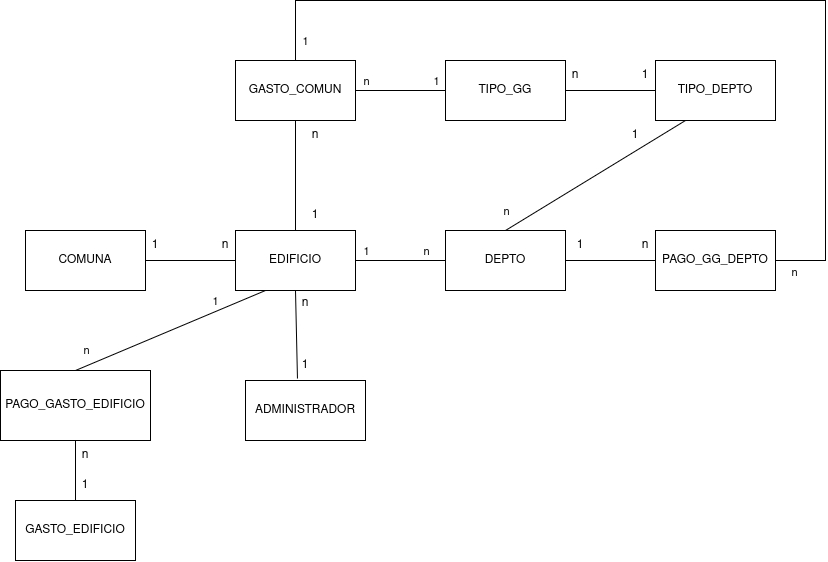
Earlier version of the draw.io export control1_modelo_ER.png (Joaquin-Pino/control1_BDA). Source tidied: cells renumbered, new cells last; positions are measured from the earlier drawing's top-left corner, leaving out a move shared by most shapes.
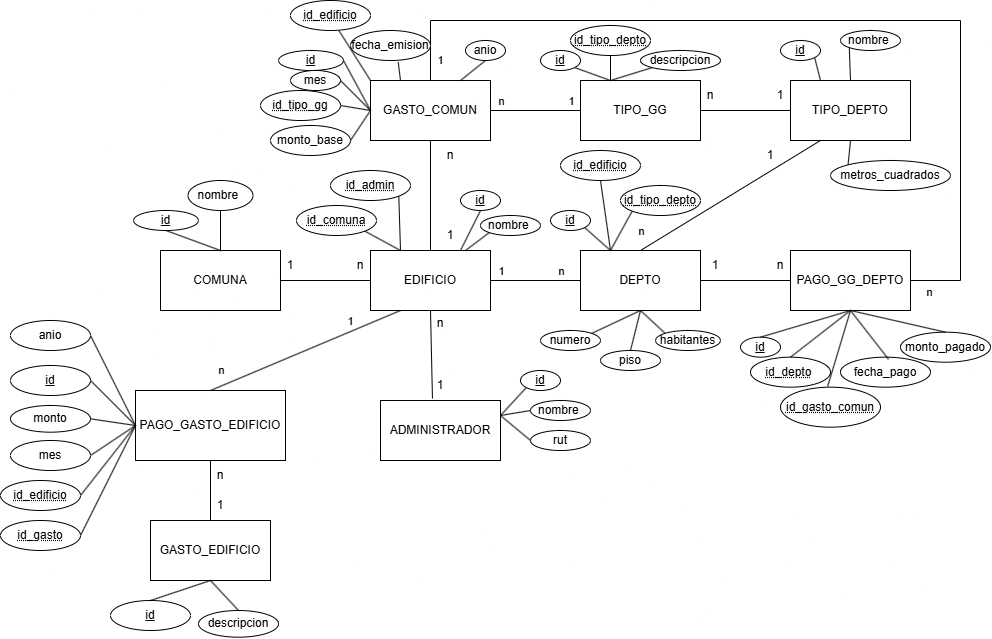
Later version of the same file.

Commit message:
modelo ER actualizado con los atributos

Change to the diagram source:
```diff
@@ -27,6 +27,15 @@
     <mxCell id="8" value="&lt;div&gt;PAGO_GASTO_EDIFICIO&lt;/div&gt;" style="rounded=0;whiteSpace=wrap;html=1;" parent="1" vertex="1">
       <mxGeometry y="370" width="150" height="70" as="geometry" />
     </mxCell>
+    <mxCell id="49" style="rounded=0;jettySize=auto;html=1;exitX=0.25;exitY=0;exitDx=0;exitDy=0;entryX=1;entryY=1;entryDx=0;entryDy=0;endArrow=none;endFill=0;" parent="1" edge="1" source="9" target="91">
+      <mxGeometry relative="1" as="geometry" />
+    </mxCell>
+    <mxCell id="50" style="rounded=0;jettySize=auto;html=1;exitX=0.5;exitY=0;exitDx=0;exitDy=0;entryX=0;entryY=1;entryDx=0;entryDy=0;endArrow=none;endFill=0;" parent="1" edge="1" source="9" target="92">
+      <mxGeometry relative="1" as="geometry" />
+    </mxCell>
+    <mxCell id="51" style="rounded=0;jettySize=auto;html=1;exitX=0.5;exitY=1;exitDx=0;exitDy=0;entryX=0;entryY=0;entryDx=0;entryDy=0;endArrow=none;endFill=0;" parent="1" edge="1" source="9" target="93">
+      <mxGeometry relative="1" as="geometry" />
+    </mxCell>
     <mxCell id="9" value="&lt;div&gt;TIPO_DEPTO&lt;/div&gt;" style="rounded=0;whiteSpace=wrap;html=1;" parent="1" vertex="1">
       <mxGeometry x="655" y="60" width="120" height="60" as="geometry" />
     </mxCell>
@@ -46,6 +55,9 @@
         <mxPoint y="-9" as="offset" />
       </mxGeometry>
     </mxCell>
+    <mxCell id="52" style="rounded=0;jettySize=auto;html=1;exitX=0.5;exitY=1;exitDx=0;exitDy=0;entryX=1;entryY=0;entryDx=0;entryDy=0;endArrow=none;endFill=0;" parent="1" edge="1" source="14" target="105">
+      <mxGeometry relative="1" as="geometry" />
+    </mxCell>
     <mxCell id="14" value="DEPTO" style="rounded=0;whiteSpace=wrap;html=1;" parent="1" vertex="1">
       <mxGeometry x="445" y="230" width="120" height="60" as="geometry" />
     </mxCell>
@@ -64,6 +76,15 @@
     <mxCell id="17" value="&lt;div&gt;PAGO_GG_DEPTO&lt;/div&gt;" style="rounded=0;whiteSpace=wrap;html=1;" parent="1" vertex="1">
       <mxGeometry x="655" y="230" width="120" height="60" as="geometry" />
     </mxCell>
+    <mxCell id="53" style="rounded=0;jettySize=auto;html=1;exitX=1;exitY=0.25;exitDx=0;exitDy=0;entryX=0;entryY=1;entryDx=0;entryDy=0;startArrow=none;startFill=0;endArrow=none;endFill=0;" parent="1" edge="1" source="18" target="83">
+      <mxGeometry relative="1" as="geometry" />
+    </mxCell>
+    <mxCell id="54" style="rounded=0;jettySize=auto;html=1;exitX=1;exitY=0.25;exitDx=0;exitDy=0;entryX=0;entryY=0.5;entryDx=0;entryDy=0;startArrow=none;startFill=0;endArrow=none;endFill=0;" parent="1" edge="1" source="18" target="68">
+      <mxGeometry relative="1" as="geometry" />
+    </mxCell>
+    <mxCell id="55" style="rounded=0;jettySize=auto;html=1;exitX=1;exitY=0.25;exitDx=0;exitDy=0;entryX=0;entryY=0.5;entryDx=0;entryDy=0;endArrow=none;endFill=0;" parent="1" edge="1" source="18" target="69">
+      <mxGeometry relative="1" as="geometry" />
+    </mxCell>
     <mxCell id="18" value="&lt;div&gt;ADMINISTRADOR&lt;/div&gt;" style="rounded=0;whiteSpace=wrap;html=1;" parent="1" vertex="1">
       <mxGeometry x="245" y="380" width="120" height="60" as="geometry" />
     </mxCell>
@@ -91,6 +112,9 @@
     <mxCell id="26" value="n" style="text;html=1;whiteSpace=wrap;strokeColor=none;fillColor=none;align=center;verticalAlign=middle;rounded=0;" parent="23" vertex="1">
       <mxGeometry x="60" width="60" height="30" as="geometry" />
     </mxCell>
+    <mxCell id="56" style="rounded=0;jettySize=auto;html=1;exitX=0.25;exitY=0;exitDx=0;exitDy=0;entryX=1;entryY=1;entryDx=0;entryDy=0;endArrow=none;endFill=0;" parent="1" edge="1" source="27" target="115">
+      <mxGeometry relative="1" as="geometry" />
+    </mxCell>
     <mxCell id="27" value="&lt;div&gt;TIPO_GG&lt;/div&gt;" style="rounded=0;whiteSpace=wrap;html=1;" parent="1" vertex="1">
       <mxGeometry x="445" y="60" width="120" height="60" as="geometry" />
     </mxCell>
@@ -165,5 +189,227 @@
     <mxCell id="48" value="n" style="text;html=1;whiteSpace=wrap;strokeColor=none;fillColor=none;align=center;verticalAlign=middle;rounded=0;" parent="1" vertex="1">
       <mxGeometry x="55" y="440" width="60" height="30" as="geometry" />
     </mxCell>
+    <mxCell id="57" value="id" style="ellipse;whiteSpace=wrap;html=1;align=center;fontStyle=4;" parent="1" vertex="1">
+      <mxGeometry x="-2" y="190" width="65" height="20" as="geometry" />
+    </mxCell>
+    <mxCell id="58" value="nombre&amp;nbsp;" style="ellipse;whiteSpace=wrap;html=1;align=center;" parent="1" vertex="1">
+      <mxGeometry x="52.5" y="160" width="65" height="30" as="geometry" />
+    </mxCell>
+    <mxCell id="59" style="endArrow=none;html=1;rounded=0;entryX=0.5;entryY=1;entryDx=0;entryDy=0;exitX=0.5;exitY=0;exitDx=0;exitDy=0;" parent="1" edge="1" source="6" target="58">
+      <mxGeometry relative="1" as="geometry" />
+    </mxCell>
+    <mxCell id="60" style="endArrow=none;html=1;rounded=0;entryX=0.5;entryY=1;entryDx=0;entryDy=0;exitX=0.5;exitY=0;exitDx=0;exitDy=0;" parent="1" edge="1" source="6" target="57">
+      <mxGeometry relative="1" as="geometry" />
+    </mxCell>
+    <mxCell id="61" value="id" style="ellipse;whiteSpace=wrap;html=1;align=center;fontStyle=4;" parent="1" vertex="1">
+      <mxGeometry x="-125" y="345" width="80" height="30" as="geometry" />
+    </mxCell>
+    <mxCell id="62" style="endArrow=none;html=1;rounded=0;entryX=1;entryY=0.5;entryDx=0;entryDy=0;exitX=0;exitY=0.5;exitDx=0;exitDy=0;" parent="1" edge="1" source="8" target="61">
+      <mxGeometry relative="1" as="geometry" />
+    </mxCell>
+    <mxCell id="63" style="endArrow=none;html=1;rounded=0;entryX=1;entryY=0.5;entryDx=0;entryDy=0;exitX=0;exitY=0.5;exitDx=0;exitDy=0;" parent="1" edge="1" source="8" target="70">
+      <mxGeometry relative="1" as="geometry" />
+    </mxCell>
+    <mxCell id="64" style="endArrow=none;html=1;rounded=0;entryX=1;entryY=0.5;entryDx=0;entryDy=0;exitX=0;exitY=0.5;exitDx=0;exitDy=0;" parent="1" edge="1" source="8" target="71">
+      <mxGeometry relative="1" as="geometry" />
+    </mxCell>
+    <mxCell id="65" style="endArrow=none;html=1;rounded=0;entryX=1;entryY=0.5;entryDx=0;entryDy=0;exitX=0;exitY=0.5;exitDx=0;exitDy=0;" parent="1" edge="1" source="8" target="82">
+      <mxGeometry relative="1" as="geometry" />
+    </mxCell>
+    <mxCell id="66" style="endArrow=none;html=1;rounded=0;entryX=1;entryY=0.5;entryDx=0;entryDy=0;exitX=0;exitY=0.5;exitDx=0;exitDy=0;" parent="1" edge="1" source="8" target="80">
+      <mxGeometry relative="1" as="geometry" />
+    </mxCell>
+    <mxCell id="67" style="endArrow=none;html=1;rounded=0;entryX=1;entryY=0.5;entryDx=0;entryDy=0;exitX=0;exitY=0.5;exitDx=0;exitDy=0;" parent="1" edge="1" source="8" target="81">
+      <mxGeometry relative="1" as="geometry" />
+    </mxCell>
+    <mxCell id="68" value="nombre&amp;nbsp;" style="ellipse;whiteSpace=wrap;html=1;align=center;" parent="1" vertex="1">
+      <mxGeometry x="395" y="380" width="60" height="20" as="geometry" />
+    </mxCell>
+    <mxCell id="69" value="rut" style="ellipse;whiteSpace=wrap;html=1;align=center;" parent="1" vertex="1">
+      <mxGeometry x="395" y="410" width="60" height="20" as="geometry" />
+    </mxCell>
+    <mxCell id="70" value="id_edificio" style="ellipse;whiteSpace=wrap;html=1;align=center;fontStyle=20;" parent="1" vertex="1">
+      <mxGeometry x="-135" y="460" width="80" height="30" as="geometry" />
+    </mxCell>
+    <mxCell id="71" value="id_gasto" style="ellipse;whiteSpace=wrap;html=1;align=center;fontStyle=20;" parent="1" vertex="1">
+      <mxGeometry x="-135" y="500" width="80" height="30" as="geometry" />
+    </mxCell>
+    <mxCell id="72" value="id" style="ellipse;whiteSpace=wrap;html=1;align=center;fontStyle=4;" parent="1" vertex="1">
+      <mxGeometry x="-25" y="580" width="80" height="30" as="geometry" />
+    </mxCell>
+    <mxCell id="73" value="descripcion" style="ellipse;whiteSpace=wrap;html=1;align=center;" parent="1" vertex="1">
+      <mxGeometry x="63" y="590" width="80" height="26.7" as="geometry" />
+    </mxCell>
+    <mxCell id="74" style="endArrow=none;html=1;rounded=0;entryX=0.5;entryY=0;entryDx=0;entryDy=0;exitX=0.5;exitY=1;exitDx=0;exitDy=0;" parent="1" edge="1" source="10" target="72">
+      <mxGeometry relative="1" as="geometry" />
+    </mxCell>
+    <mxCell id="75" style="endArrow=none;html=1;rounded=0;entryX=0.5;entryY=0;entryDx=0;entryDy=0;exitX=0.5;exitY=1;exitDx=0;exitDy=0;" parent="1" edge="1" source="10" target="73">
+      <mxGeometry relative="1" as="geometry" />
+    </mxCell>
+    <mxCell id="76" value="id" style="ellipse;whiteSpace=wrap;html=1;align=center;fontStyle=4;" parent="1" vertex="1">
+      <mxGeometry x="605" y="316.7" width="40" height="20" as="geometry" />
+    </mxCell>
+    <mxCell id="77" value="id_depto&amp;nbsp;" style="ellipse;whiteSpace=wrap;html=1;align=center;fontStyle=20;" parent="1" vertex="1">
+      <mxGeometry x="615" y="336.7" width="80" height="30" as="geometry" />
+    </mxCell>
+    <mxCell id="78" style="rounded=0;jettySize=auto;html=1;exitX=0.5;exitY=1;exitDx=0;exitDy=0;entryX=0.75;entryY=0;entryDx=0;entryDy=0;startArrow=none;startFill=0;endArrow=none;endFill=0;" parent="1" edge="1" source="79" target="5">
+      <mxGeometry relative="1" as="geometry" />
+    </mxCell>
+    <mxCell id="79" value="id" style="ellipse;whiteSpace=wrap;html=1;align=center;fontStyle=4;" parent="1" vertex="1">
+      <mxGeometry x="325" y="170" width="40" height="20" as="geometry" />
+    </mxCell>
+    <mxCell id="80" value="anio" style="ellipse;whiteSpace=wrap;html=1;align=center;" parent="1" vertex="1">
+      <mxGeometry x="-125" y="300" width="80" height="30" as="geometry" />
+    </mxCell>
+    <mxCell id="81" value="mes" style="ellipse;whiteSpace=wrap;html=1;align=center;" parent="1" vertex="1">
+      <mxGeometry x="-125" y="420" width="80" height="30" as="geometry" />
+    </mxCell>
+    <mxCell id="82" value="monto" style="ellipse;whiteSpace=wrap;html=1;align=center;" parent="1" vertex="1">
+      <mxGeometry x="-125" y="385" width="80" height="26.7" as="geometry" />
+    </mxCell>
+    <mxCell id="83" value="id" style="ellipse;whiteSpace=wrap;html=1;align=center;fontStyle=4;" parent="1" vertex="1">
+      <mxGeometry x="385" y="350" width="40" height="20" as="geometry" />
+    </mxCell>
+    <mxCell id="84" style="rounded=0;jettySize=auto;html=1;exitX=1;exitY=1;exitDx=0;exitDy=0;entryX=0.25;entryY=0;entryDx=0;entryDy=0;endArrow=none;endFill=0;" parent="1" edge="1" source="85" target="5">
+      <mxGeometry relative="1" as="geometry" />
+    </mxCell>
+    <mxCell id="85" value="id_comuna" style="ellipse;whiteSpace=wrap;html=1;align=center;fontStyle=20;" parent="1" vertex="1">
+      <mxGeometry x="161" y="185" width="80" height="30" as="geometry" />
+    </mxCell>
+    <mxCell id="86" style="rounded=0;jettySize=auto;html=1;exitX=1;exitY=1;exitDx=0;exitDy=0;entryX=0.25;entryY=0;entryDx=0;entryDy=0;endArrow=none;endFill=0;" parent="1" edge="1" source="87" target="5">
+      <mxGeometry relative="1" as="geometry" />
+    </mxCell>
+    <mxCell id="87" value="id_admin" style="ellipse;whiteSpace=wrap;html=1;align=center;fontStyle=20;" parent="1" vertex="1">
+      <mxGeometry x="195" y="150" width="80" height="30" as="geometry" />
+    </mxCell>
+    <mxCell id="88" value="nombre&amp;nbsp;" style="ellipse;whiteSpace=wrap;html=1;align=center;" parent="1" vertex="1">
+      <mxGeometry x="345" y="195" width="60" height="20" as="geometry" />
+    </mxCell>
+    <mxCell id="89" style="rounded=0;jettySize=auto;html=1;exitX=0.75;exitY=1;exitDx=0;exitDy=0;entryX=0;entryY=1;entryDx=0;entryDy=0;endArrow=none;endFill=0;" parent="1" edge="1" source="21" target="88">
+      <mxGeometry relative="1" as="geometry" />
+    </mxCell>
+    <mxCell id="90" value="id_gasto_comun" style="ellipse;whiteSpace=wrap;html=1;align=center;fontStyle=20;" parent="1" vertex="1">
+      <mxGeometry x="645" y="366.7" width="100" height="40" as="geometry" />
+    </mxCell>
+    <mxCell id="91" value="id" style="ellipse;whiteSpace=wrap;html=1;align=center;fontStyle=4;" parent="1" vertex="1">
+      <mxGeometry x="645" y="20" width="40" height="20" as="geometry" />
+    </mxCell>
+    <mxCell id="92" value="nombre&amp;nbsp;" style="ellipse;whiteSpace=wrap;html=1;align=center;" parent="1" vertex="1">
+      <mxGeometry x="705" y="10" width="60" height="20" as="geometry" />
+    </mxCell>
+    <mxCell id="93" value="metros_cuadrados" style="ellipse;whiteSpace=wrap;html=1;align=center;" parent="1" vertex="1">
+      <mxGeometry x="695" y="140" width="120" height="30" as="geometry" />
+    </mxCell>
+    <mxCell id="94" style="rounded=0;jettySize=auto;html=1;exitX=0.5;exitY=0;exitDx=0;exitDy=0;entryX=0.5;entryY=1;entryDx=0;entryDy=0;startArrow=none;startFill=0;endArrow=none;endFill=0;" parent="1" edge="1" source="76" target="17">
+      <mxGeometry relative="1" as="geometry" />
+    </mxCell>
+    <mxCell id="95" style="rounded=0;jettySize=auto;html=1;exitX=0.5;exitY=0;exitDx=0;exitDy=0;entryX=0.5;entryY=1;entryDx=0;entryDy=0;startArrow=none;startFill=0;endArrow=none;endFill=0;" parent="1" edge="1" source="77" target="17">
+      <mxGeometry relative="1" as="geometry" />
+    </mxCell>
+    <mxCell id="96" style="rounded=0;jettySize=auto;html=1;exitX=0.472;exitY=-0.022;exitDx=0;exitDy=0;entryX=0.5;entryY=1;entryDx=0;entryDy=0;startArrow=none;startFill=0;endArrow=none;endFill=0;exitPerimeter=0;" parent="1" edge="1" source="90" target="17">
+      <mxGeometry relative="1" as="geometry" />
+    </mxCell>
+    <mxCell id="97" value="fecha_pago" style="ellipse;whiteSpace=wrap;html=1;align=center;" parent="1" vertex="1">
+      <mxGeometry x="705" y="336.7" width="90" height="30" as="geometry" />
+    </mxCell>
+    <mxCell id="98" value="monto_pagado" style="ellipse;whiteSpace=wrap;html=1;align=center;" parent="1" vertex="1">
+      <mxGeometry x="765" y="311.7" width="90" height="30" as="geometry" />
+    </mxCell>
+    <mxCell id="99" style="rounded=0;jettySize=auto;html=1;exitX=1;exitY=1;exitDx=0;exitDy=0;entryX=0.25;entryY=0;entryDx=0;entryDy=0;endArrow=none;endFill=0;" parent="1" edge="1" source="100" target="14">
+      <mxGeometry relative="1" as="geometry" />
+    </mxCell>
+    <mxCell id="100" value="id" style="ellipse;whiteSpace=wrap;html=1;align=center;fontStyle=4;" parent="1" vertex="1">
+      <mxGeometry x="415" y="190" width="40" height="20" as="geometry" />
+    </mxCell>
+    <mxCell id="101" style="rounded=0;jettySize=auto;html=1;exitX=0.5;exitY=1;exitDx=0;exitDy=0;entryX=0.25;entryY=0;entryDx=0;entryDy=0;endArrow=none;endFill=0;" parent="1" edge="1" source="102" target="14">
+      <mxGeometry relative="1" as="geometry" />
+    </mxCell>
+    <mxCell id="102" value="id_edificio" style="ellipse;whiteSpace=wrap;html=1;align=center;fontStyle=20;" parent="1" vertex="1">
+      <mxGeometry x="425" y="130" width="80" height="30" as="geometry" />
+    </mxCell>
+    <mxCell id="103" style="rounded=0;jettySize=auto;html=1;exitX=0;exitY=1;exitDx=0;exitDy=0;entryX=0.25;entryY=0;entryDx=0;entryDy=0;endArrow=none;endFill=0;" parent="1" edge="1" source="104" target="14">
+      <mxGeometry relative="1" as="geometry" />
+    </mxCell>
+    <mxCell id="104" value="id_tipo_depto" style="ellipse;whiteSpace=wrap;html=1;align=center;fontStyle=20;" parent="1" vertex="1">
+      <mxGeometry x="485" y="165" width="80" height="30" as="geometry" />
+    </mxCell>
+    <mxCell id="105" value="numero" style="ellipse;whiteSpace=wrap;html=1;align=center;" parent="1" vertex="1">
+      <mxGeometry x="405" y="310" width="60" height="20" as="geometry" />
+    </mxCell>
+    <mxCell id="106" style="rounded=0;jettySize=auto;html=1;exitX=0.5;exitY=0;exitDx=0;exitDy=0;entryX=0.5;entryY=1;entryDx=0;entryDy=0;endArrow=none;endFill=0;" parent="1" edge="1" source="107" target="14">
+      <mxGeometry relative="1" as="geometry" />
+    </mxCell>
+    <mxCell id="107" value="piso" style="ellipse;whiteSpace=wrap;html=1;align=center;" parent="1" vertex="1">
+      <mxGeometry x="465" y="330" width="60" height="20" as="geometry" />
+    </mxCell>
+    <mxCell id="108" style="rounded=0;jettySize=auto;html=1;exitX=0.534;exitY=0.071;exitDx=0;exitDy=0;entryX=0.5;entryY=1;entryDx=0;entryDy=0;startArrow=none;startFill=0;endArrow=none;endFill=0;exitPerimeter=0;" parent="1" edge="1" source="97" target="17">
+      <mxGeometry relative="1" as="geometry" />
+    </mxCell>
+    <mxCell id="109" style="rounded=0;jettySize=auto;html=1;exitX=0.5;exitY=0;exitDx=0;exitDy=0;entryX=0.5;entryY=1;entryDx=0;entryDy=0;startArrow=none;startFill=0;endArrow=none;endFill=0;" parent="1" edge="1" source="98" target="17">
+      <mxGeometry relative="1" as="geometry" />
+    </mxCell>
+    <mxCell id="110" value="id" style="ellipse;whiteSpace=wrap;html=1;align=center;fontStyle=4;" parent="1" vertex="1">
+      <mxGeometry x="143" y="30" width="65" height="20" as="geometry" />
+    </mxCell>
+    <mxCell id="111" value="id_tipo_gg" style="ellipse;whiteSpace=wrap;html=1;align=center;fontStyle=20;" parent="1" vertex="1">
+      <mxGeometry x="125" y="70" width="80" height="30" as="geometry" />
+    </mxCell>
+    <mxCell id="112" value="id_edificio" style="ellipse;whiteSpace=wrap;html=1;align=center;fontStyle=20;" parent="1" vertex="1">
+      <mxGeometry x="155" y="-20" width="80" height="30" as="geometry" />
+    </mxCell>
+    <mxCell id="113" style="rounded=0;jettySize=auto;html=1;exitX=0;exitY=0;exitDx=0;exitDy=0;entryX=0.5;entryY=1;entryDx=0;entryDy=0;endArrow=none;endFill=0;" parent="1" edge="1" source="114" target="14">
+      <mxGeometry relative="1" as="geometry" />
+    </mxCell>
+    <mxCell id="114" value="habitantes" style="ellipse;whiteSpace=wrap;html=1;align=center;" parent="1" vertex="1">
+      <mxGeometry x="520" y="310" width="65" height="20" as="geometry" />
+    </mxCell>
+    <mxCell id="115" value="id" style="ellipse;whiteSpace=wrap;html=1;align=center;fontStyle=4;" parent="1" vertex="1">
+      <mxGeometry x="405" y="30" width="40" height="20" as="geometry" />
+    </mxCell>
+    <mxCell id="116" style="rounded=0;jettySize=auto;html=1;exitX=0.5;exitY=1;exitDx=0;exitDy=0;entryX=0.25;entryY=0;entryDx=0;entryDy=0;endArrow=none;endFill=0;" parent="1" edge="1" source="117" target="27">
+      <mxGeometry relative="1" as="geometry" />
+    </mxCell>
+    <mxCell id="117" value="id_tipo_depto" style="ellipse;whiteSpace=wrap;html=1;align=center;fontStyle=20;" parent="1" vertex="1">
+      <mxGeometry x="435" y="5" width="80" height="30" as="geometry" />
+    </mxCell>
+    <mxCell id="118" style="rounded=0;jettySize=auto;html=1;exitX=0;exitY=1;exitDx=0;exitDy=0;entryX=0.25;entryY=0;entryDx=0;entryDy=0;endArrow=none;endFill=0;" parent="1" edge="1" source="119" target="27">
+      <mxGeometry relative="1" as="geometry" />
+    </mxCell>
+    <mxCell id="119" value="descripcion" style="ellipse;whiteSpace=wrap;html=1;align=center;" parent="1" vertex="1">
+      <mxGeometry x="505" y="30" width="80" height="20" as="geometry" />
+    </mxCell>
+    <mxCell id="120" value="mes" style="ellipse;whiteSpace=wrap;html=1;align=center;" parent="1" vertex="1">
+      <mxGeometry x="155" y="50" width="50" height="20" as="geometry" />
+    </mxCell>
+    <mxCell id="121" value="anio" style="ellipse;whiteSpace=wrap;html=1;align=center;" parent="1" vertex="1">
+      <mxGeometry x="330" y="20" width="40" height="20" as="geometry" />
+    </mxCell>
+    <mxCell id="122" value="fecha_emision" style="ellipse;whiteSpace=wrap;html=1;align=center;" parent="1" vertex="1">
+      <mxGeometry x="215" y="10" width="80" height="30" as="geometry" />
+    </mxCell>
+    <mxCell id="123" value="monto_base" style="ellipse;whiteSpace=wrap;html=1;align=center;" parent="1" vertex="1">
+      <mxGeometry x="135" y="105" width="80" height="30" as="geometry" />
+    </mxCell>
+    <mxCell id="124" style="rounded=0;jettySize=auto;html=1;exitX=0;exitY=0.5;exitDx=0;exitDy=0;entryX=1;entryY=0.5;entryDx=0;entryDy=0;endArrow=none;endFill=0;" parent="1" edge="1" source="15" target="123">
+      <mxGeometry relative="1" as="geometry" />
+    </mxCell>
+    <mxCell id="125" style="rounded=0;jettySize=auto;html=1;exitX=0;exitY=0.5;exitDx=0;exitDy=0;entryX=1;entryY=0.5;entryDx=0;entryDy=0;endArrow=none;endFill=0;" parent="1" edge="1" source="15" target="111">
+      <mxGeometry relative="1" as="geometry" />
+    </mxCell>
+    <mxCell id="126" style="rounded=0;jettySize=auto;html=1;exitX=0;exitY=0.5;exitDx=0;exitDy=0;entryX=1;entryY=0.5;entryDx=0;entryDy=0;endArrow=none;endFill=0;" parent="1" edge="1" source="15" target="120">
+      <mxGeometry relative="1" as="geometry" />
+    </mxCell>
+    <mxCell id="127" style="rounded=0;jettySize=auto;html=1;exitX=0;exitY=0.5;exitDx=0;exitDy=0;entryX=1;entryY=0.5;entryDx=0;entryDy=0;endArrow=none;endFill=0;" parent="1" edge="1" source="15" target="110">
+      <mxGeometry relative="1" as="geometry" />
+    </mxCell>
+    <mxCell id="128" style="rounded=0;jettySize=auto;html=1;exitX=0.596;exitY=1.051;exitDx=0;exitDy=0;entryX=0.25;entryY=0;entryDx=0;entryDy=0;endArrow=none;endFill=0;exitPerimeter=0;" parent="1" edge="1" source="122" target="15">
+      <mxGeometry relative="1" as="geometry" />
+    </mxCell>
+    <mxCell id="129" style="rounded=0;jettySize=auto;html=1;exitX=0.607;exitY=1.01;exitDx=0;exitDy=0;entryX=0;entryY=0;entryDx=0;entryDy=0;endArrow=none;endFill=0;exitPerimeter=0;" parent="1" edge="1" source="112" target="15">
+      <mxGeometry relative="1" as="geometry" />
+    </mxCell>
+    <mxCell id="130" style="rounded=0;jettySize=auto;html=1;exitX=0.5;exitY=1;exitDx=0;exitDy=0;entryX=0.75;entryY=0;entryDx=0;entryDy=0;endArrow=none;endFill=0;" parent="1" edge="1" source="121" target="15">
+      <mxGeometry relative="1" as="geometry" />
+    </mxCell>
   </root>
 </mxGraphModel>
```
